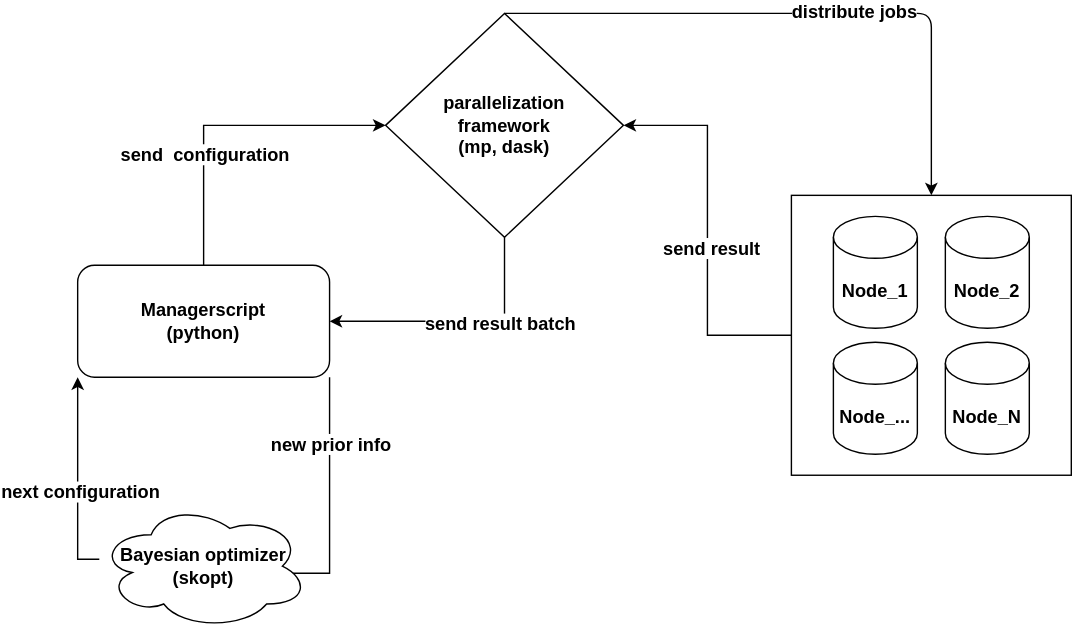
jderiz/scfxn_optimize keeps this draw.io diagram as architecture.svg. Above is the earlier version. Source tidied: cells renumbered, new cells last; positions are measured from the earlier drawing's top-left corner, leaving out a move shared by most shapes. Its diagram source:
```xml
<mxGraphModel>
  <root>
    <mxCell id="0" />
    <mxCell id="1" parent="0" />
    <mxCell id="2" style="edgeStyle=orthogonalEdgeStyle;rounded=0;jettySize=auto;html=1;entryX=1;entryY=0.5;entryDx=0;entryDy=0;fontSize=13;fontStyle=1;" parent="1" edge="1" source="4" target="16">
      <mxGeometry relative="1" as="geometry" />
    </mxCell>
    <mxCell id="3" value="&lt;font style=&quot;font-size: 13px;&quot;&gt;send result&lt;/font&gt;" style="edgeLabel;html=1;align=center;verticalAlign=middle;fontSize=13;fontStyle=1;" parent="2" vertex="1">
      <mxGeometry x="-0.09" y="-2" relative="1" as="geometry" />
    </mxCell>
    <mxCell id="4" style="whiteSpace=wrap;html=1;fontSize=13;fontStyle=1;" parent="1" vertex="1">
      <mxGeometry x="510" y="130" width="200" height="200" as="geometry" />
    </mxCell>
    <mxCell id="5" style="edgeStyle=orthogonalEdgeStyle;rounded=0;jettySize=auto;html=1;entryX=0;entryY=0.5;entryDx=0;entryDy=0;fontSize=13;fontStyle=1;" parent="1" edge="1" source="9" target="16">
      <mxGeometry relative="1" as="geometry">
        <Array as="points">
          <mxPoint x="90" y="80" />
        </Array>
      </mxGeometry>
    </mxCell>
    <mxCell id="6" value="&lt;font style=&quot;font-size: 13px;&quot;&gt;send&amp;nbsp; configuration&lt;/font&gt;" style="edgeLabel;html=1;align=center;verticalAlign=middle;fontSize=13;fontStyle=1;" parent="5" vertex="1">
      <mxGeometry x="-0.3" relative="1" as="geometry" />
    </mxCell>
    <mxCell id="7" style="edgeStyle=orthogonalEdgeStyle;rounded=0;jettySize=auto;html=1;exitX=1;exitY=1;exitDx=0;exitDy=0;entryX=0.96;entryY=0.7;entryDx=0;entryDy=0;entryPerimeter=0;fontSize=13;fontStyle=1;" parent="1" edge="1" source="9" target="21">
      <mxGeometry relative="1" as="geometry">
        <Array as="points">
          <mxPoint x="180" y="400" />
          <mxPoint x="145" y="400" />
        </Array>
      </mxGeometry>
    </mxCell>
    <mxCell id="8" value="&lt;font style=&quot;font-size: 13px;&quot;&gt;new prior info&lt;/font&gt;" style="edgeLabel;html=1;align=center;verticalAlign=middle;fontSize=13;fontStyle=1;" parent="7" vertex="1">
      <mxGeometry x="-0.54" relative="1" as="geometry" />
    </mxCell>
    <mxCell id="9" value="Managerscript&lt;br style=&quot;font-size: 13px;&quot;&gt;(python)" style="rounded=1;whiteSpace=wrap;html=1;fontSize=13;fontStyle=1;" parent="1" vertex="1">
      <mxGeometry y="180" width="180" height="80" as="geometry" />
    </mxCell>
    <mxCell id="10" value="Node_N" style="shape=cylinder3;whiteSpace=wrap;html=1;boundedLbl=1;backgroundOutline=1;size=15;fontSize=13;fontStyle=1;" parent="1" vertex="1">
      <mxGeometry x="620" y="235" width="60" height="80" as="geometry" />
    </mxCell>
    <mxCell id="11" value="Node_..." style="shape=cylinder3;whiteSpace=wrap;html=1;boundedLbl=1;backgroundOutline=1;size=15;fontSize=13;fontStyle=1;" parent="1" vertex="1">
      <mxGeometry x="540" y="235" width="60" height="80" as="geometry" />
    </mxCell>
    <mxCell id="12" value="Node_2" style="shape=cylinder3;whiteSpace=wrap;html=1;boundedLbl=1;backgroundOutline=1;size=15;fontSize=13;fontStyle=1;" parent="1" vertex="1">
      <mxGeometry x="620" y="145" width="60" height="80" as="geometry" />
    </mxCell>
    <mxCell id="13" value="Node_1" style="shape=cylinder3;whiteSpace=wrap;html=1;boundedLbl=1;backgroundOutline=1;size=15;fontSize=13;fontStyle=1;" parent="1" vertex="1">
      <mxGeometry x="540" y="145" width="60" height="80" as="geometry" />
    </mxCell>
    <mxCell id="14" style="edgeStyle=orthogonalEdgeStyle;rounded=0;jettySize=auto;html=1;entryX=1;entryY=0.5;entryDx=0;entryDy=0;exitX=0.5;exitY=1;exitDx=0;exitDy=0;fontSize=13;fontStyle=1;" parent="1" edge="1" source="16" target="9">
      <mxGeometry relative="1" as="geometry">
        <Array as="points">
          <mxPoint x="305" y="220" />
        </Array>
      </mxGeometry>
    </mxCell>
    <mxCell id="15" value="&lt;font style=&quot;font-size: 13px;&quot;&gt;send result batch&lt;/font&gt;" style="edgeLabel;html=1;align=center;verticalAlign=middle;fontSize=13;fontStyle=1;" parent="14" vertex="1">
      <mxGeometry x="-0.31" y="1" relative="1" as="geometry" />
    </mxCell>
    <mxCell id="16" value="parallelization &lt;br&gt;framework&lt;br style=&quot;font-size: 13px&quot;&gt;(mp, dask)" style="rhombus;whiteSpace=wrap;html=1;fontSize=13;fontStyle=1;" parent="1" vertex="1">
      <mxGeometry x="220" width="170" height="160" as="geometry" />
    </mxCell>
    <mxCell id="17" style="endArrow=classic;html=1;exitX=0.5;exitY=0;exitDx=0;exitDy=0;entryX=0.5;entryY=0;entryDx=0;entryDy=0;fontSize=13;fontStyle=1;" parent="1" edge="1" source="16" target="4">
      <mxGeometry relative="1" as="geometry">
        <Array as="points">
          <mxPoint x="610" />
        </Array>
      </mxGeometry>
    </mxCell>
    <mxCell id="18" value="&lt;font style=&quot;font-size: 13px;&quot;&gt;distribute jobs&lt;br style=&quot;font-size: 13px;&quot;&gt;&lt;/font&gt;" style="edgeLabel;html=1;align=center;verticalAlign=middle;fontSize=13;fontStyle=1;" parent="17" vertex="1">
      <mxGeometry x="0.15" y="2" relative="1" as="geometry" />
    </mxCell>
    <mxCell id="19" style="edgeStyle=orthogonalEdgeStyle;rounded=0;jettySize=auto;html=1;entryX=0;entryY=1;entryDx=0;entryDy=0;fontSize=13;fontStyle=1;" parent="1" edge="1" source="21" target="9">
      <mxGeometry relative="1" as="geometry">
        <Array as="points">
          <mxPoint y="390" />
        </Array>
      </mxGeometry>
    </mxCell>
    <mxCell id="20" value="&lt;font style=&quot;font-size: 13px;&quot;&gt;next configuration&lt;/font&gt;" style="edgeLabel;html=1;align=center;verticalAlign=middle;fontSize=13;fontStyle=1;" parent="19" vertex="1">
      <mxGeometry x="-0.12" y="-1" relative="1" as="geometry" />
    </mxCell>
    <mxCell id="21" value="Bayesian optimizer&lt;br style=&quot;font-size: 13px;&quot;&gt;(skopt)" style="ellipse;shape=cloud;whiteSpace=wrap;html=1;fontSize=13;fontStyle=1;" parent="1" vertex="1">
      <mxGeometry x="15" y="350" width="150" height="90" as="geometry" />
    </mxCell>
  </root>
</mxGraphModel>
```
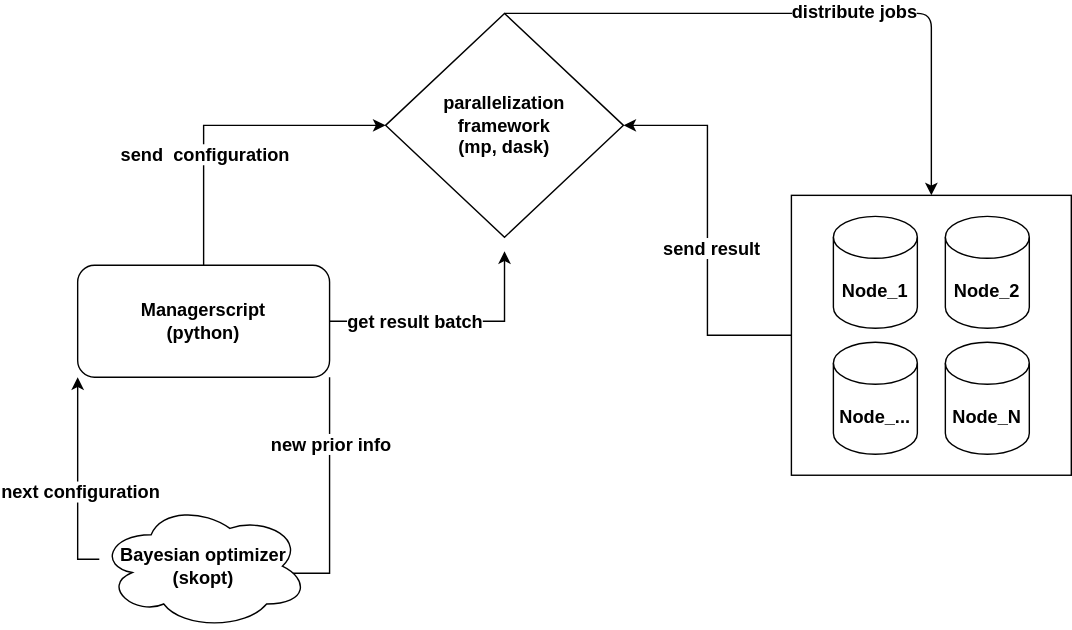
After the change.

Change to the diagram source:
```diff
@@ -47,14 +47,15 @@
     <mxCell id="13" value="Node_1" style="shape=cylinder3;whiteSpace=wrap;html=1;boundedLbl=1;backgroundOutline=1;size=15;fontSize=13;fontStyle=1;" parent="1" vertex="1">
       <mxGeometry x="540" y="145" width="60" height="80" as="geometry" />
     </mxCell>
-    <mxCell id="14" style="edgeStyle=orthogonalEdgeStyle;rounded=0;jettySize=auto;html=1;entryX=1;entryY=0.5;entryDx=0;entryDy=0;exitX=0.5;exitY=1;exitDx=0;exitDy=0;fontSize=13;fontStyle=1;" parent="1" edge="1" source="16" target="9">
+    <mxCell id="14" style="edgeStyle=orthogonalEdgeStyle;rounded=0;jettySize=auto;html=1;exitX=1;exitY=0.5;exitDx=0;exitDy=0;fontSize=13;fontStyle=1;" parent="1" edge="1" source="9">
       <mxGeometry relative="1" as="geometry">
+        <mxPoint x="305" y="170" as="targetPoint" />
         <Array as="points">
           <mxPoint x="305" y="220" />
         </Array>
       </mxGeometry>
     </mxCell>
-    <mxCell id="15" value="&lt;font style=&quot;font-size: 13px;&quot;&gt;send result batch&lt;/font&gt;" style="edgeLabel;html=1;align=center;verticalAlign=middle;fontSize=13;fontStyle=1;" parent="14" vertex="1">
+    <mxCell id="15" value="&lt;font style=&quot;font-size: 13px&quot;&gt;get result batch&lt;/font&gt;" style="edgeLabel;html=1;align=center;verticalAlign=middle;fontSize=13;fontStyle=1;" parent="14" vertex="1">
       <mxGeometry x="-0.31" y="1" relative="1" as="geometry" />
     </mxCell>
     <mxCell id="16" value="parallelization &lt;br&gt;framework&lt;br style=&quot;font-size: 13px&quot;&gt;(mp, dask)" style="rhombus;whiteSpace=wrap;html=1;fontSize=13;fontStyle=1;" parent="1" vertex="1">
```
